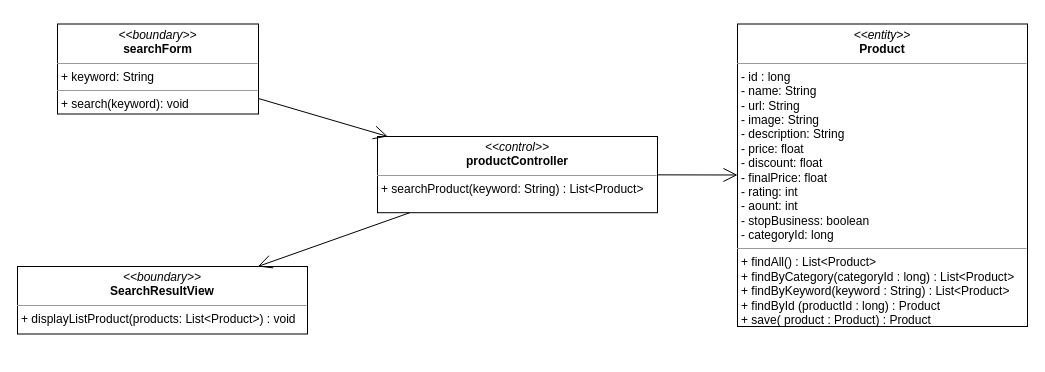
nguyenphamvan/datn_20202 keeps this draw.io diagram as class diagram/search-product-class-diagram.drawio. Above is the earlier version. Source tidied: cells renumbered, new cells numbered last; positions are measured from the earlier drawing's top-left corner, leaving out a move shared by most shapes. Both pictures are drawn from the tidied source at 100%, with x=0, y=0 at pixel (17, 24).
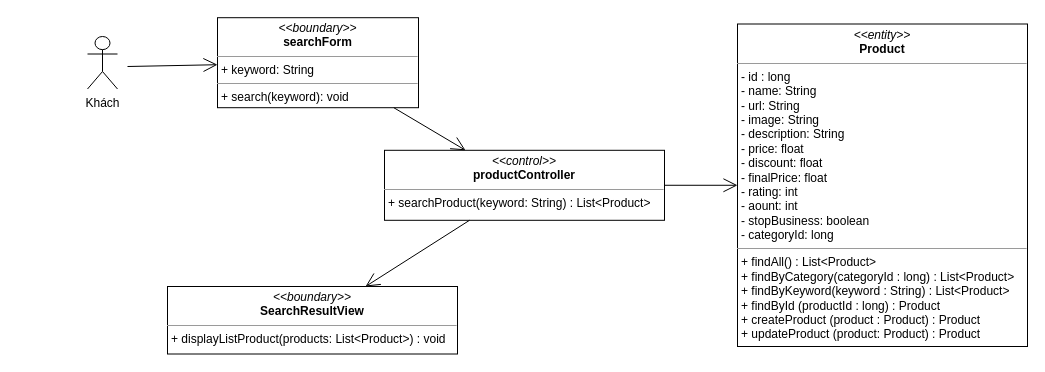
The same page after the edit.

Diff of the diagram source:
```diff
@@
 <mxGraphModel>
   <root>
     <mxCell id="0" />
     <mxCell id="1" parent="0" />
     <mxCell id="2" value="&lt;p style=&quot;margin: 0px ; margin-top: 4px ; text-align: center&quot;&gt;&lt;i&gt;&amp;lt;&amp;lt;boundary&amp;gt;&amp;gt;&lt;/i&gt;&lt;br&gt;&lt;b&gt;SearchResultView&lt;/b&gt;&lt;/p&gt;&lt;hr size=&quot;1&quot;&gt;&lt;p style=&quot;margin: 0px ; margin-left: 4px&quot;&gt;&lt;span&gt;+ displayListProduct(products: List&amp;lt;Product&amp;gt;) : void&lt;/span&gt;&lt;br&gt;&lt;/p&gt;" style="verticalAlign=top;align=left;overflow=fill;fontSize=12;fontFamily=Helvetica;html=1;" parent="1" vertex="1">
-      <mxGeometry y="242" width="290" height="67.5" as="geometry" />
+      <mxGeometry x="150" y="262" width="290" height="67.5" as="geometry" />
     </mxCell>
     <mxCell id="3" value="&lt;p style=&quot;margin: 0px ; margin-top: 4px ; text-align: center&quot;&gt;&lt;i&gt;&amp;lt;&amp;lt;boundary&amp;gt;&amp;gt;&lt;/i&gt;&lt;br&gt;&lt;b&gt;searchForm&lt;/b&gt;&lt;/p&gt;&lt;hr size=&quot;1&quot;&gt;&lt;p style=&quot;margin: 0px ; margin-left: 4px&quot;&gt;+ keyword: String&lt;/p&gt;&lt;hr size=&quot;1&quot;&gt;&lt;p style=&quot;margin: 0px ; margin-left: 4px&quot;&gt;+ search(keyword): void&lt;/p&gt;" style="verticalAlign=top;align=left;overflow=fill;fontSize=12;fontFamily=Helvetica;html=1;" parent="1" vertex="1">
-      <mxGeometry x="40" y="-0.5" width="201" height="90" as="geometry" />
+      <mxGeometry x="200" y="-6.8" width="201" height="90" as="geometry" />
     </mxCell>
     <mxCell id="4" value="&lt;p style=&quot;margin: 0px ; margin-top: 4px ; text-align: center&quot;&gt;&lt;i&gt;&amp;lt;&amp;lt;control&amp;gt;&amp;gt;&lt;/i&gt;&lt;br&gt;&lt;b&gt;productController&lt;/b&gt;&lt;/p&gt;&lt;hr size=&quot;1&quot;&gt;&lt;p style=&quot;margin: 0px ; margin-left: 4px&quot;&gt;&lt;span&gt;+ searchProduct(keyword: String) : List&amp;lt;Product&amp;gt;&lt;/span&gt;&lt;br&gt;&lt;/p&gt;" style="verticalAlign=top;align=left;overflow=fill;fontSize=12;fontFamily=Helvetica;html=1;" parent="1" vertex="1">
-      <mxGeometry x="360" y="112" width="280" height="76.2" as="geometry" />
+      <mxGeometry x="367" y="125.8" width="280" height="70" as="geometry" />
     </mxCell>
-    <mxCell id="5" value="&lt;p style=&quot;margin: 0px ; margin-top: 4px ; text-align: center&quot;&gt;&lt;i&gt;&amp;lt;&amp;lt;entity&amp;gt;&amp;gt;&lt;/i&gt;&lt;br&gt;&lt;b&gt;Product&lt;/b&gt;&lt;/p&gt;&lt;hr size=&quot;1&quot;&gt;&lt;p style=&quot;margin: 0px ; margin-left: 4px&quot;&gt;- id : long&lt;/p&gt;&lt;p style=&quot;margin: 0px ; margin-left: 4px&quot;&gt;- name: String&lt;br&gt;- url: String&lt;/p&gt;&lt;p style=&quot;margin: 0px ; margin-left: 4px&quot;&gt;- image: String&lt;/p&gt;&lt;p style=&quot;margin: 0px ; margin-left: 4px&quot;&gt;- description: String&lt;/p&gt;&lt;p style=&quot;margin: 0px ; margin-left: 4px&quot;&gt;- price: float&lt;/p&gt;&lt;p style=&quot;margin: 0px ; margin-left: 4px&quot;&gt;- discount: float&lt;/p&gt;&lt;p style=&quot;margin: 0px ; margin-left: 4px&quot;&gt;- finalPrice: float&lt;/p&gt;&lt;p style=&quot;margin: 0px ; margin-left: 4px&quot;&gt;- rating: int&lt;/p&gt;&lt;p style=&quot;margin: 0px ; margin-left: 4px&quot;&gt;- aount: int&lt;/p&gt;&lt;p style=&quot;margin: 0px ; margin-left: 4px&quot;&gt;- stopBusiness: boolean&lt;/p&gt;&lt;p style=&quot;margin: 0px ; margin-left: 4px&quot;&gt;- categoryId: long&lt;/p&gt;&lt;hr size=&quot;1&quot;&gt;&lt;p style=&quot;margin: 0px ; margin-left: 4px&quot;&gt;+ findAll() : List&amp;lt;Product&amp;gt;&lt;/p&gt;&lt;p style=&quot;margin: 0px ; margin-left: 4px&quot;&gt;+ findByCategory(categoryId : long) : List&amp;lt;Product&amp;gt;&lt;/p&gt;&lt;p style=&quot;margin: 0px ; margin-left: 4px&quot;&gt;+ findByKeyword(keyword : String) : List&amp;lt;Product&amp;gt;&lt;/p&gt;&lt;p style=&quot;margin: 0px ; margin-left: 4px&quot;&gt;+ findById (productId : long) : Product&lt;/p&gt;&lt;p style=&quot;margin: 0px ; margin-left: 4px&quot;&gt;+ save( product : Product) : Product&lt;/p&gt;" style="verticalAlign=top;align=left;overflow=fill;fontSize=12;fontFamily=Helvetica;html=1;" parent="1" vertex="1">
-      <mxGeometry x="720" y="-0.5" width="290" height="302.5" as="geometry" />
+    <mxCell id="5" value="&lt;p style=&quot;margin: 0px ; margin-top: 4px ; text-align: center&quot;&gt;&lt;i&gt;&amp;lt;&amp;lt;entity&amp;gt;&amp;gt;&lt;/i&gt;&lt;br&gt;&lt;b&gt;Product&lt;/b&gt;&lt;/p&gt;&lt;hr size=&quot;1&quot;&gt;&lt;p style=&quot;margin: 0px ; margin-left: 4px&quot;&gt;- id : long&lt;/p&gt;&lt;p style=&quot;margin: 0px ; margin-left: 4px&quot;&gt;- name: String&lt;br&gt;- url: String&lt;/p&gt;&lt;p style=&quot;margin: 0px ; margin-left: 4px&quot;&gt;- image: String&lt;/p&gt;&lt;p style=&quot;margin: 0px ; margin-left: 4px&quot;&gt;- description: String&lt;/p&gt;&lt;p style=&quot;margin: 0px ; margin-left: 4px&quot;&gt;- price: float&lt;/p&gt;&lt;p style=&quot;margin: 0px ; margin-left: 4px&quot;&gt;- discount: float&lt;/p&gt;&lt;p style=&quot;margin: 0px ; margin-left: 4px&quot;&gt;- finalPrice: float&lt;/p&gt;&lt;p style=&quot;margin: 0px ; margin-left: 4px&quot;&gt;- rating: int&lt;/p&gt;&lt;p style=&quot;margin: 0px ; margin-left: 4px&quot;&gt;- aount: int&lt;/p&gt;&lt;p style=&quot;margin: 0px ; margin-left: 4px&quot;&gt;- stopBusiness: boolean&lt;/p&gt;&lt;p style=&quot;margin: 0px ; margin-left: 4px&quot;&gt;- categoryId: long&lt;/p&gt;&lt;hr size=&quot;1&quot;&gt;&lt;p style=&quot;margin: 0px 0px 0px 4px&quot;&gt;+ findAll() : List&amp;lt;Product&amp;gt;&lt;/p&gt;&lt;p style=&quot;margin: 0px 0px 0px 4px&quot;&gt;+ findByCategory(categoryId : long) : List&amp;lt;Product&amp;gt;&lt;/p&gt;&lt;p style=&quot;margin: 0px 0px 0px 4px&quot;&gt;+ findByKeyword(keyword : String) : List&amp;lt;Product&amp;gt;&lt;/p&gt;&lt;p style=&quot;margin: 0px 0px 0px 4px&quot;&gt;+ findById (productId : long) : Product&lt;/p&gt;&lt;p style=&quot;margin: 0px 0px 0px 4px&quot;&gt;+ createProduct (product : Product) : Product&lt;/p&gt;&lt;p style=&quot;margin: 0px 0px 0px 4px&quot;&gt;+ updateProduct (product: Product) : Product&lt;/p&gt;" style="verticalAlign=top;align=left;overflow=fill;fontSize=12;fontFamily=Helvetica;html=1;" parent="1" vertex="1">
+      <mxGeometry x="720" y="-0.5" width="290" height="322.5" as="geometry" />
     </mxCell>
     <mxCell id="6" style="endArrow=open;endFill=1;endSize=12;html=1;" parent="1" edge="1" source="3" target="4">
       <mxGeometry relative="1" as="geometry" />
     </mxCell>
     <mxCell id="7" style="endArrow=open;endFill=1;endSize=12;html=1;" parent="1" edge="1" source="4" target="5">
       <mxGeometry relative="1" as="geometry" />
     </mxCell>
     <mxCell id="8" style="endArrow=open;endFill=1;endSize=12;html=1;" parent="1" edge="1" source="4" target="2">
       <mxGeometry relative="1" as="geometry" />
     </mxCell>
+    <mxCell id="9" value="Khách&lt;br&gt;" style="shape=umlActor;verticalLabelPosition=bottom;verticalAlign=top;html=1;" parent="1" vertex="1">
+      <mxGeometry x="70" y="12" width="30" height="52.5" as="geometry" />
+    </mxCell>
+    <mxCell id="10" style="endArrow=open;endFill=1;endSize=12;html=1;" parent="1" edge="1" target="3">
+      <mxGeometry relative="1" as="geometry">
+        <mxPoint x="110" y="42" as="sourcePoint" />
+      </mxGeometry>
+    </mxCell>
   </root>
 </mxGraphModel>
```
